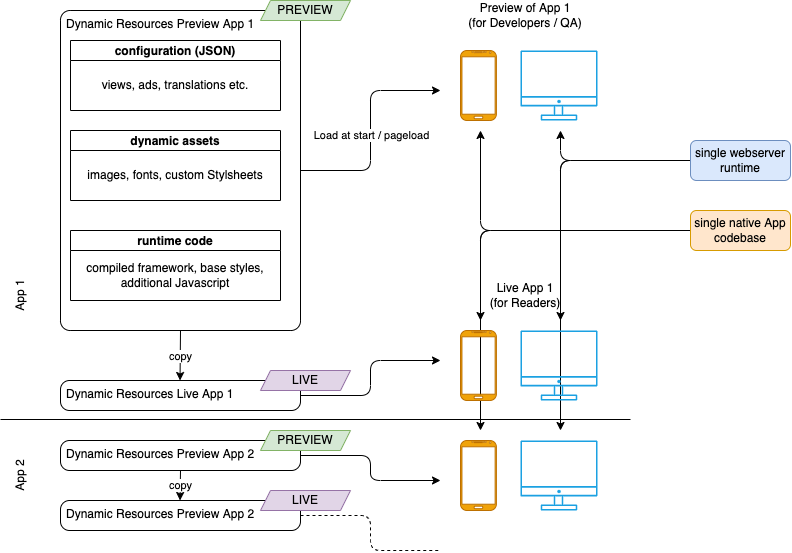
Earlier version of the draw.io export ba-text/pics/experience_resources.drawio.png (lokmeinmatz/ba-docs). Source tidied: cells renumbered, new cells last; positions are measured from the earlier drawing's top-left corner, leaving out a move shared by most shapes.
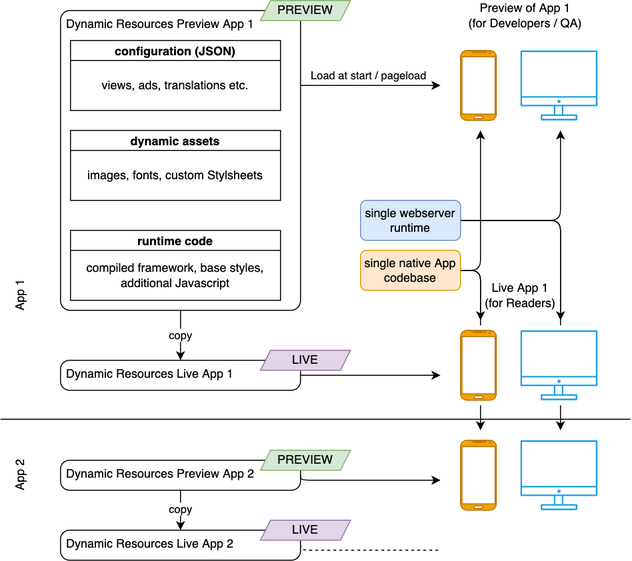
The same file after the commit.

The edit, as a diff of the source:
```diff
@@ -2,11 +2,24 @@
   <root>
     <mxCell id="0" />
     <mxCell id="1" parent="0" />
+    <mxCell id="47" style="edgeStyle=orthogonalEdgeStyle;html=1;exitX=1;exitY=0.5;exitDx=0;exitDy=0;" parent="1" edge="1" source="33">
+      <mxGeometry relative="1" as="geometry">
+        <mxPoint x="570" y="430" as="targetPoint" />
+      </mxGeometry>
+    </mxCell>
+    <mxCell id="48" style="edgeStyle=orthogonalEdgeStyle;html=1;" parent="1" edge="1" source="29">
+      <mxGeometry relative="1" as="geometry">
+        <mxPoint x="490" y="430" as="targetPoint" />
+      </mxGeometry>
+    </mxCell>
+    <mxCell id="49" style="rounded=0;whiteSpace=wrap;html=1;shadow=0;sketch=0;strokeColor=none;" parent="1" vertex="1">
+      <mxGeometry x="460" y="325" width="150" height="80" as="geometry" />
+    </mxCell>
     <mxCell id="2" style="group;" parent="1" vertex="1">
       <mxGeometry x="70" width="290" height="330" as="geometry" />
     </mxCell>
     <mxCell id="3" value="Dynamic Resources Preview App 1" style="rounded=1;whiteSpace=wrap;html=1;arcSize=4;align=left;verticalAlign=top;spacingLeft=4;" parent="2" vertex="1">
-      <mxGeometry y="10" width="240" height="320" as="geometry" />
+      <mxGeometry y="10" width="240" height="300" as="geometry" />
     </mxCell>
     <mxCell id="4" value="configuration (JSON)" style="swimlane;startSize=20;" parent="2" vertex="1">
       <mxGeometry x="10" y="40" width="210" height="70" as="geometry" />
@@ -30,7 +43,7 @@
       <mxGeometry x="200" width="90" height="20" as="geometry" />
     </mxCell>
     <mxCell id="11" style="group;" parent="1" vertex="1">
-      <mxGeometry x="70" y="370" width="290" height="40" as="geometry" />
+      <mxGeometry x="70" y="350" width="290" height="40" as="geometry" />
     </mxCell>
     <mxCell id="12" value="Dynamic Resources Live App 1" style="rounded=1;whiteSpace=wrap;html=1;arcSize=30;align=left;verticalAlign=top;spacingLeft=4;" parent="11" vertex="1">
       <mxGeometry y="10" width="240" height="30" as="geometry" />
@@ -38,13 +51,11 @@
     <mxCell id="13" value="LIVE" style="shape=parallelogram;perimeter=parallelogramPerimeter;whiteSpace=wrap;html=1;fixedSize=1;size=10;fillColor=#e1d5e7;strokeColor=#9673a6;" parent="11" vertex="1">
       <mxGeometry x="200" width="90" height="20" as="geometry" />
     </mxCell>
-    <mxCell id="14" value="copy" style="edgeStyle=none;html=1;exitX=0.5;exitY=1;exitDx=0;exitDy=0;" parent="1" edge="1" source="3">
-      <mxGeometry relative="1" as="geometry">
-        <mxPoint x="189.5" y="380" as="targetPoint" />
-      </mxGeometry>
+    <mxCell id="14" value="copy" style="edgeStyle=none;html=1;exitX=0.5;exitY=1;exitDx=0;exitDy=0;entryX=0.5;entryY=0;entryDx=0;entryDy=0;" parent="1" edge="1" source="3" target="12">
+      <mxGeometry relative="1" as="geometry" />
     </mxCell>
     <mxCell id="15" style="group;" parent="1" vertex="1">
-      <mxGeometry x="70" y="430" width="290" height="40" as="geometry" />
+      <mxGeometry x="70" y="450" width="290" height="40" as="geometry" />
     </mxCell>
     <mxCell id="16" value="Dynamic Resources Preview App 2" style="rounded=1;whiteSpace=wrap;html=1;arcSize=30;align=left;verticalAlign=top;spacingLeft=4;" parent="15" vertex="1">
       <mxGeometry y="10" width="240" height="30" as="geometry" />
@@ -53,18 +64,16 @@
       <mxGeometry x="200" width="90" height="20" as="geometry" />
     </mxCell>
     <mxCell id="18" style="group;" parent="1" vertex="1">
-      <mxGeometry x="70" y="490" width="290" height="40" as="geometry" />
+      <mxGeometry x="70" y="520" width="290" height="40" as="geometry" />
     </mxCell>
-    <mxCell id="19" value="Dynamic Resources Preview App 2" style="rounded=1;whiteSpace=wrap;html=1;arcSize=30;align=left;verticalAlign=top;spacingLeft=4;" parent="18" vertex="1">
+    <mxCell id="19" value="Dynamic Resources Live App 2" style="rounded=1;whiteSpace=wrap;html=1;arcSize=30;align=left;verticalAlign=top;spacingLeft=4;" parent="18" vertex="1">
       <mxGeometry y="10" width="240" height="30" as="geometry" />
     </mxCell>
     <mxCell id="20" value="LIVE" style="shape=parallelogram;perimeter=parallelogramPerimeter;whiteSpace=wrap;html=1;fixedSize=1;size=10;fillColor=#e1d5e7;strokeColor=#9673a6;" parent="18" vertex="1">
       <mxGeometry x="200" width="90" height="20" as="geometry" />
     </mxCell>
-    <mxCell id="21" style="edgeStyle=none;html=1;exitX=0.5;exitY=1;exitDx=0;exitDy=0;" parent="1" edge="1" source="16">
-      <mxGeometry relative="1" as="geometry">
-        <mxPoint x="189.5" y="500" as="targetPoint" />
-      </mxGeometry>
+    <mxCell id="21" style="edgeStyle=none;html=1;exitX=0.5;exitY=1;exitDx=0;exitDy=0;entryX=0.5;entryY=0;entryDx=0;entryDy=0;" parent="1" edge="1" source="16" target="19">
+      <mxGeometry relative="1" as="geometry" />
     </mxCell>
     <mxCell id="22" value="copy" style="edgeLabel;html=1;align=center;verticalAlign=middle;" parent="21" vertex="1">
       <mxGeometry x="-0.07" relative="1" as="geometry" />
@@ -81,41 +90,31 @@
     <mxCell id="25" value="App 2" style="text;html=1;strokeColor=none;fillColor=none;align=center;verticalAlign=middle;whiteSpace=wrap;rounded=0;rotation=-90;" parent="1" vertex="1">
       <mxGeometry y="460" width="60" height="30" as="geometry" />
     </mxCell>
-    <mxCell id="26" style="edgeStyle=orthogonalEdgeStyle;html=1;exitX=0;exitY=0.5;exitDx=0;exitDy=0;" parent="1" edge="1" source="29">
+    <mxCell id="26" style="edgeStyle=orthogonalEdgeStyle;html=1;exitX=1;exitY=0.5;exitDx=0;exitDy=0;" parent="1" edge="1" source="29">
       <mxGeometry relative="1" as="geometry">
         <mxPoint x="490" y="130" as="targetPoint" />
       </mxGeometry>
     </mxCell>
-    <mxCell id="27" style="edgeStyle=orthogonalEdgeStyle;html=1;exitX=0;exitY=0.5;exitDx=0;exitDy=0;" parent="1" edge="1" source="29">
+    <mxCell id="27" style="edgeStyle=orthogonalEdgeStyle;html=1;exitX=1;exitY=0.5;exitDx=0;exitDy=0;" parent="1" edge="1" source="29">
       <mxGeometry relative="1" as="geometry">
         <mxPoint x="490" y="320" as="targetPoint" />
       </mxGeometry>
     </mxCell>
-    <mxCell id="28" style="edgeStyle=orthogonalEdgeStyle;html=1;exitX=0;exitY=0.5;exitDx=0;exitDy=0;" parent="1" edge="1" source="29">
-      <mxGeometry relative="1" as="geometry">
-        <mxPoint x="490" y="430" as="targetPoint" />
-      </mxGeometry>
-    </mxCell>
     <mxCell id="29" value="single native App codebase" style="rounded=1;whiteSpace=wrap;html=1;fillColor=#ffe6cc;strokeColor=#d79b00;" parent="1" vertex="1">
-      <mxGeometry x="700" y="210" width="100" height="40" as="geometry" />
+      <mxGeometry x="370" y="250" width="100" height="40" as="geometry" />
     </mxCell>
-    <mxCell id="30" style="edgeStyle=orthogonalEdgeStyle;html=1;exitX=0;exitY=0.5;exitDx=0;exitDy=0;" parent="1" edge="1" source="33">
+    <mxCell id="30" style="edgeStyle=orthogonalEdgeStyle;html=1;exitX=1;exitY=0.5;exitDx=0;exitDy=0;" parent="1" edge="1" source="33">
       <mxGeometry relative="1" as="geometry">
         <mxPoint x="570" y="130" as="targetPoint" />
       </mxGeometry>
     </mxCell>
-    <mxCell id="31" style="edgeStyle=orthogonalEdgeStyle;html=1;exitX=0;exitY=0.5;exitDx=0;exitDy=0;" parent="1" edge="1" source="33">
+    <mxCell id="31" style="edgeStyle=orthogonalEdgeStyle;html=1;exitX=1;exitY=0.5;exitDx=0;exitDy=0;" parent="1" edge="1" source="33">
       <mxGeometry relative="1" as="geometry">
         <mxPoint x="570" y="320" as="targetPoint" />
       </mxGeometry>
     </mxCell>
-    <mxCell id="32" style="edgeStyle=orthogonalEdgeStyle;html=1;exitX=0;exitY=0.5;exitDx=0;exitDy=0;" parent="1" edge="1" source="33">
-      <mxGeometry relative="1" as="geometry">
-        <mxPoint x="570" y="430" as="targetPoint" />
-      </mxGeometry>
-    </mxCell>
     <mxCell id="33" value="single webserver runtime" style="rounded=1;whiteSpace=wrap;html=1;fillColor=#dae8fc;strokeColor=#6c8ebf;" parent="1" vertex="1">
-      <mxGeometry x="700" y="140" width="100" height="40" as="geometry" />
+      <mxGeometry x="370" y="200" width="100" height="40" as="geometry" />
     </mxCell>
     <mxCell id="34" style="verticalLabelPosition=bottom;verticalAlign=top;html=1;shadow=0;dashed=0;strokeWidth=1;shape=mxgraph.android.phone2;strokeColor=#BD7000;fillColor=#f0a30a;fontColor=#000000;" parent="1" vertex="1">
       <mxGeometry x="470" y="50" width="35.9" height="70" as="geometry" />
@@ -126,16 +125,18 @@
     <mxCell id="36" value="Preview of App 1&lt;br&gt;(for Developers / QA)" style="text;html=1;strokeColor=none;fillColor=none;align=center;verticalAlign=middle;whiteSpace=wrap;rounded=0;" parent="1" vertex="1">
       <mxGeometry x="470" width="130" height="30" as="geometry" />
     </mxCell>
-    <mxCell id="37" style="edgeStyle=orthogonalEdgeStyle;html=1;exitX=1;exitY=0.5;exitDx=0;exitDy=0;" parent="1" edge="1" source="3">
+    <mxCell id="37" style="edgeStyle=orthogonalEdgeStyle;html=1;exitX=1;exitY=0.25;exitDx=0;exitDy=0;" parent="1" edge="1" source="3">
       <mxGeometry relative="1" as="geometry">
-        <mxPoint x="450" y="90" as="targetPoint" />
+        <mxPoint x="450" y="85" as="targetPoint" />
       </mxGeometry>
     </mxCell>
     <mxCell id="38" value="Load at start / pageload" style="edgeLabel;html=1;align=center;verticalAlign=middle;" parent="37" vertex="1">
-      <mxGeometry x="-0.04" relative="1" as="geometry" />
+      <mxGeometry x="-0.04" relative="1" as="geometry">
+        <mxPoint y="-10" as="offset" />
+      </mxGeometry>
     </mxCell>
     <mxCell id="39" value="Live App 1&lt;br&gt;(for Readers)" style="text;html=1;strokeColor=none;fillColor=none;align=center;verticalAlign=middle;whiteSpace=wrap;rounded=0;" parent="1" vertex="1">
-      <mxGeometry x="470" y="280" width="130" height="30" as="geometry" />
+      <mxGeometry x="470" y="280" width="120" height="30" as="geometry" />
     </mxCell>
     <mxCell id="40" style="sketch=0;fontColor=#ffffff;strokeColor=#006EAF;fillColor=#1ba1e2;dashed=0;verticalLabelPosition=bottom;verticalAlign=top;align=center;html=1;fontSize=12;fontStyle=0;shape=mxgraph.aws4.illustration_desktop;" parent="1" vertex="1">
       <mxGeometry x="530" y="330" width="76.9" height="70" as="geometry" />
@@ -145,10 +146,9 @@
     </mxCell>
     <mxCell id="42" style="edgeStyle=orthogonalEdgeStyle;html=1;exitX=1;exitY=0.5;exitDx=0;exitDy=0;" parent="1" edge="1" source="12">
       <mxGeometry relative="1" as="geometry">
-        <mxPoint x="450" y="360" as="targetPoint" />
+        <mxPoint x="450" y="375" as="targetPoint" />
         <Array as="points">
-          <mxPoint x="380" y="395" />
-          <mxPoint x="380" y="360" />
+          <mxPoint x="450" y="375" />
         </Array>
       </mxGeometry>
     </mxCell>
@@ -162,8 +162,7 @@
       <mxGeometry relative="1" as="geometry">
         <mxPoint x="450" y="480" as="targetPoint" />
         <Array as="points">
-          <mxPoint x="380" y="455" />
-          <mxPoint x="380" y="480" />
+          <mxPoint x="310" y="480" />
         </Array>
       </mxGeometry>
     </mxCell>
@@ -171,8 +170,8 @@
       <mxGeometry relative="1" as="geometry">
         <mxPoint x="450" y="550" as="targetPoint" />
         <Array as="points">
-          <mxPoint x="380" y="515" />
-          <mxPoint x="380" y="550" />
+          <mxPoint x="310" y="550" />
+          <mxPoint x="450" y="550" />
         </Array>
       </mxGeometry>
     </mxCell>
```
